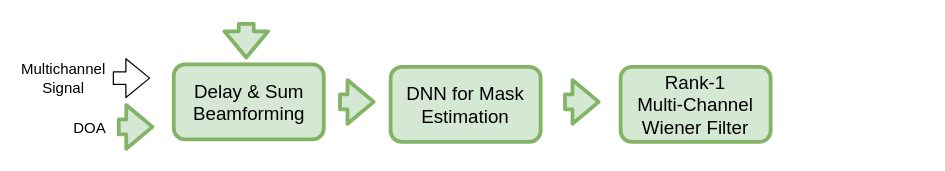
This is page "Speech Enhancement Pipeline" (2 of 2) of vocadom_doa_se.drawio from sunits/Random, a draw.io file, before an edit. Source tidied: cells renumbered, new cells numbered last; positions are measured from the earlier drawing's top-left corner, leaving out a move shared by most shapes. Both pictures are drawn from the tidied source at 125%, with x=0, y=0 at pixel (112, 21).
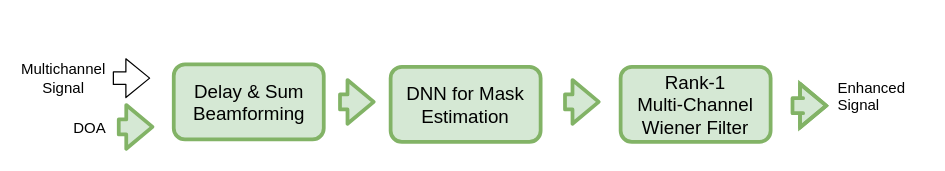
The same diagram, later.

What changed in the source:
```diff
@@
-    <mxCell id="3" style="shape=flexArrow;endArrow=classic;html=1;fillColor=#d5e8d4;strokeColor=#82b366;strokeWidth=3;" parent="1" edge="1">
-      <mxGeometry relative="1" as="geometry">
-        <mxPoint x="106.5" as="sourcePoint" />
-        <mxPoint x="106.5" y="30" as="targetPoint" />
-      </mxGeometry>
-    </mxCell>
@@
+    <mxCell id="12" style="shape=flexArrow;endArrow=classic;html=1;fillColor=#d5e8d4;strokeColor=#82b366;strokeWidth=3;" parent="1" edge="1">
+      <mxGeometry relative="1" as="geometry">
+        <mxPoint x="542" y="67" as="sourcePoint" />
+        <mxPoint x="572" y="67" as="targetPoint" />
+        <Array as="points">
+          <mxPoint x="552" y="67" />
+        </Array>
+      </mxGeometry>
+    </mxCell>
+    <mxCell id="13" value="&lt;div&gt;Enhanced&lt;/div&gt;&lt;div&gt;Signal&lt;br&gt;&lt;/div&gt;" style="text;html=1;align=left;verticalAlign=top;spacingTop=-4;" parent="1" vertex="1">
+      <mxGeometry x="578" y="43" width="70" height="30" as="geometry" />
+    </mxCell>
```
